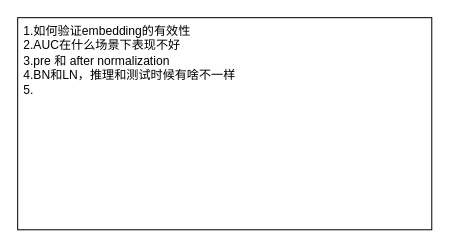
The draw.io diagram 面经.drawio in limpid-11/drawio, before the edit. Source tidied: cells renumbered, new cells numbered last; positions are measured from the earlier drawing's top-left corner, leaving out a move shared by most shapes. Both pictures are drawn from the tidied source at 101%, with x=0, y=0 at pixel (17, 17).
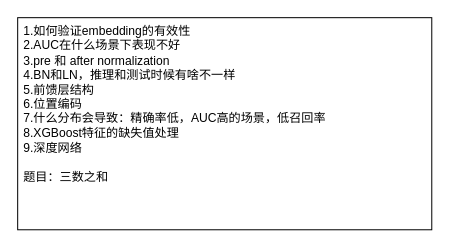
After the change.

What changed in the source:
```diff
@@
 <mxGraphModel>
   <root>
     <mxCell id="0" />
     <mxCell id="1" parent="0" />
-    <mxCell id="2" value="1.如何验证embedding的有效性&lt;div&gt;2.AUC在什么场景下表现不好&lt;/div&gt;&lt;div&gt;3.pre 和 after normalization&lt;/div&gt;&lt;div&gt;4.BN和LN，推理和测试时候有啥不一样&lt;/div&gt;&lt;div&gt;5.&lt;/div&gt;" style="rounded=0;whiteSpace=wrap;html=1;align=left;verticalAlign=top;spacingLeft=4;" parent="1" vertex="1">
+    <mxCell id="2" value="1.如何验证embedding的有效性&lt;div&gt;2.AUC在什么场景下表现不好&lt;/div&gt;&lt;div&gt;3.pre 和 after normalization&lt;/div&gt;&lt;div&gt;4.BN和LN，推理和测试时候有啥不一样&lt;/div&gt;&lt;div&gt;5.前馈层结构&lt;/div&gt;&lt;div&gt;6.位置编码&lt;/div&gt;&lt;div&gt;7.什么分布会导致：精确率低，AUC高的场景，低召回率&lt;/div&gt;&lt;div&gt;8.XGBoost特征的缺失值处理&lt;/div&gt;&lt;div&gt;9.深度网络&lt;/div&gt;&lt;div&gt;&lt;br&gt;&lt;/div&gt;&lt;div&gt;题目：三数之和&lt;/div&gt;" style="rounded=0;whiteSpace=wrap;html=1;align=left;verticalAlign=top;spacingLeft=4;" parent="1" vertex="1">
       <mxGeometry width="410" height="210" as="geometry" />
     </mxCell>
   </root>
 </mxGraphModel>
```
